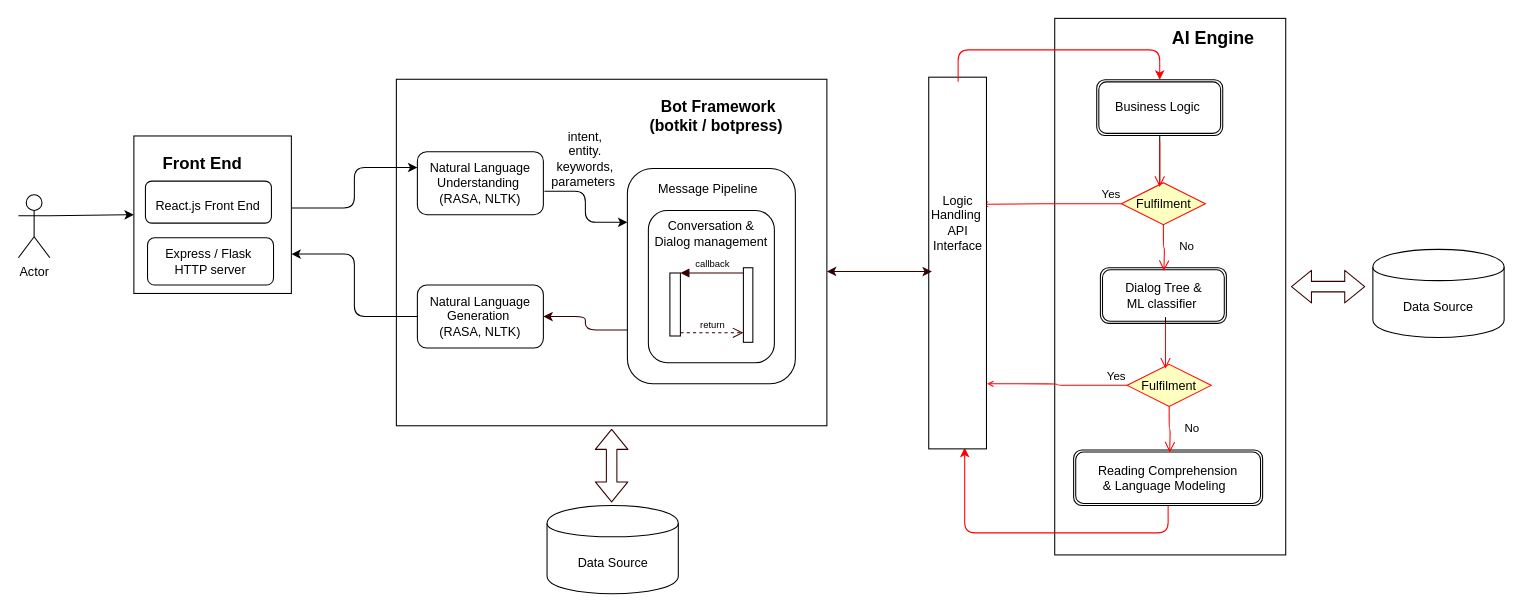
Earlier version of the draw.io diagram DHS architect.drawio (catwang42/NLP). Source tidied: cells renumbered, new cells numbered last; positions are measured from the earlier drawing's top-left corner, leaving out a move shared by most shapes. Both pictures are drawn from the tidied source at 105%, with x=0, y=0 at pixel (18, 18).
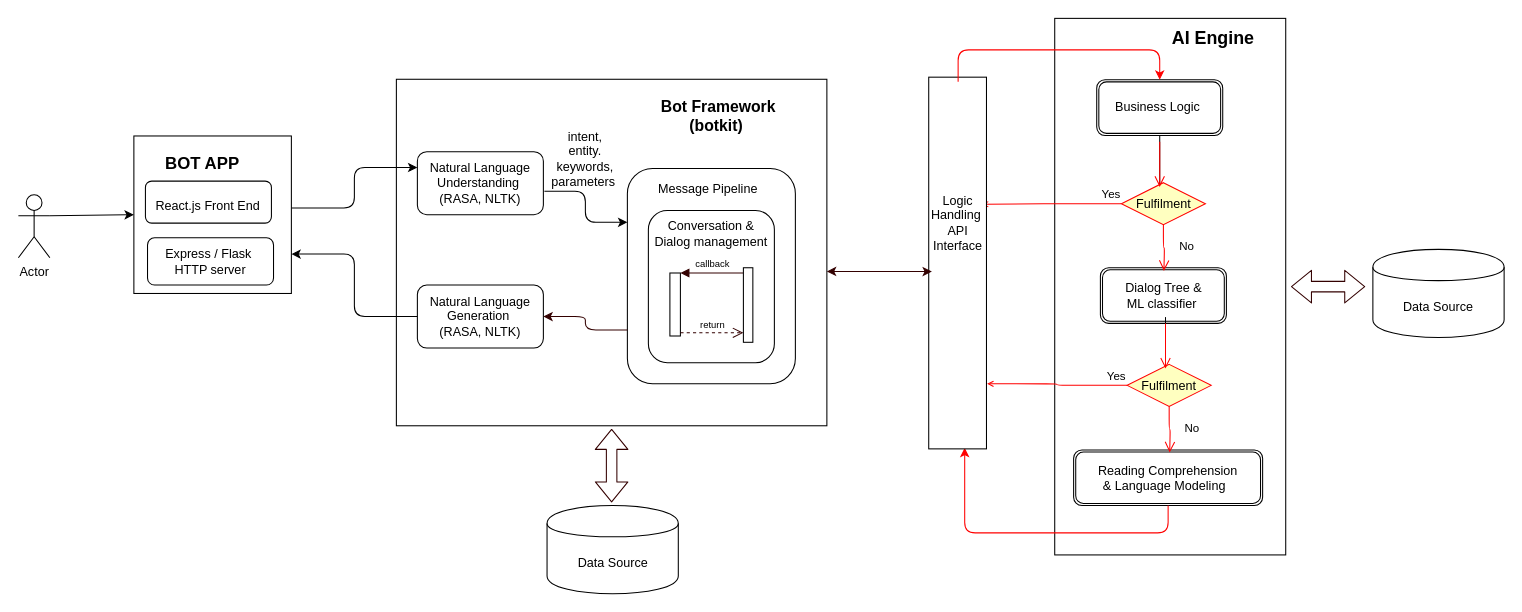
After the change.

Diff of the diagram source:
```diff
@@
-    <mxCell id="11" value="&lt;font style=&quot;font-size: 16px&quot;&gt;&lt;b&gt;Front End&lt;/b&gt;&lt;/font&gt;" style="text;html=1;strokeColor=none;fillColor=none;align=center;verticalAlign=middle;whiteSpace=wrap;rounded=0;" parent="1" vertex="1">
+    <mxCell id="11" value="&lt;span style=&quot;font-size: 16px&quot;&gt;&lt;b&gt;BOT APP&lt;/b&gt;&lt;/span&gt;" style="text;html=1;strokeColor=none;fillColor=none;align=center;verticalAlign=middle;whiteSpace=wrap;rounded=0;" parent="1" vertex="1">
       <mxGeometry x="130" y="128" width="91" height="20" as="geometry" />
     </mxCell>
@@
-    <mxCell id="49" value="&lt;font style=&quot;font-size: 15px&quot;&gt;&lt;b&gt;Bot Framework&lt;br&gt;(botkit / botpress)&amp;nbsp;&lt;/b&gt;&lt;/font&gt;" style="text;html=1;strokeColor=none;fillColor=none;align=center;verticalAlign=middle;whiteSpace=wrap;rounded=0;fontSize=12;" parent="1" vertex="1">
+    <mxCell id="49" value="&lt;font style=&quot;font-size: 15px&quot;&gt;&lt;b&gt;Bot Framework&lt;br&gt;(botkit)&amp;nbsp;&lt;/b&gt;&lt;/font&gt;" style="text;html=1;strokeColor=none;fillColor=none;align=center;verticalAlign=middle;whiteSpace=wrap;rounded=0;fontSize=12;" parent="1" vertex="1">
       <mxGeometry x="590" y="74" width="154" height="38" as="geometry" />
     </mxCell>
```
